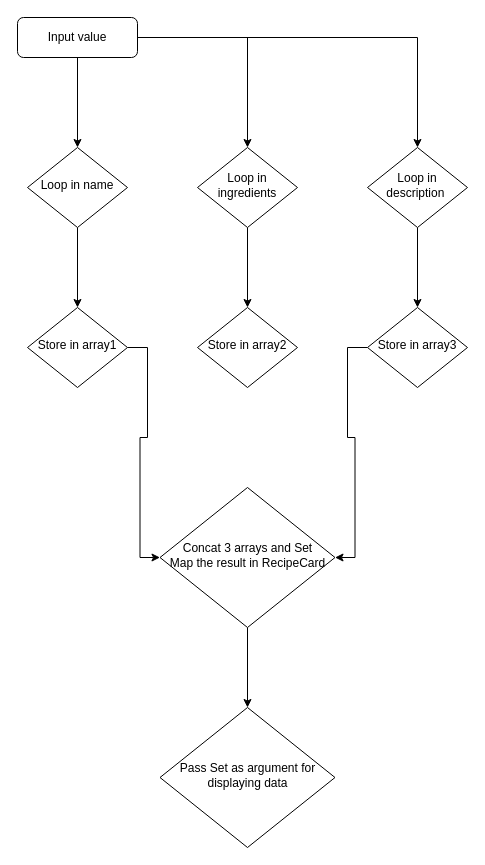
The draw.io diagram assets/Diagramme premier algo.drawio in Mwardentoumz/P7-Les-petits-Plats, before the edit. Source tidied: cells renumbered, new cells numbered last; positions are measured from the earlier drawing's top-left corner, leaving out a move shared by most shapes. Both pictures are drawn from the tidied source at 100%, with x=0, y=0 at pixel (17, 17).
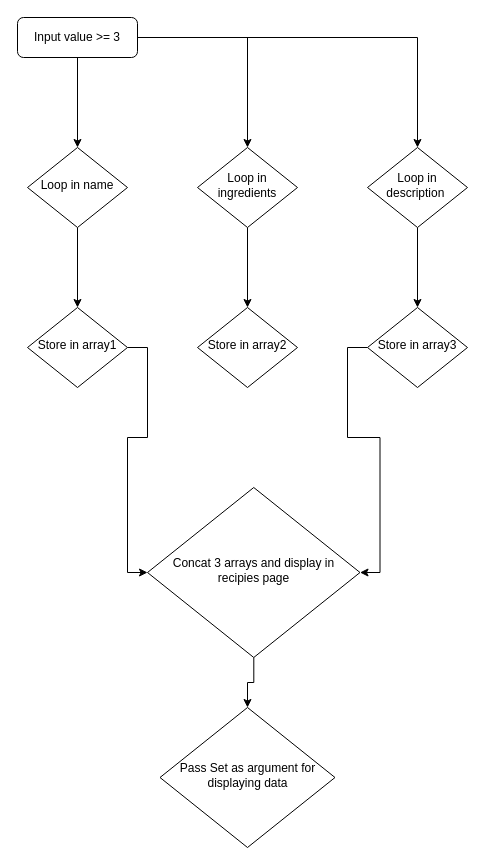
The same page after the edit.

Commit message:
Mettre à jour Diagramme premier algo.drawio

What changed in the source:
```diff
@@
 <mxGraphModel>
   <root>
     <mxCell id="0" />
     <mxCell id="1" parent="0" />
     <mxCell id="2" style="edgeStyle=orthogonalEdgeStyle;rounded=0;jettySize=auto;html=1;entryX=0.5;entryY=0;entryDx=0;entryDy=0;" parent="1" edge="1" source="5" target="9">
       <mxGeometry relative="1" as="geometry" />
     </mxCell>
     <mxCell id="3" style="edgeStyle=orthogonalEdgeStyle;rounded=0;jettySize=auto;html=1;" parent="1" edge="1" source="5" target="11">
       <mxGeometry relative="1" as="geometry" />
     </mxCell>
     <mxCell id="4" style="edgeStyle=orthogonalEdgeStyle;rounded=0;jettySize=auto;html=1;" parent="1" edge="1" source="5" target="7">
       <mxGeometry relative="1" as="geometry" />
     </mxCell>
-    <mxCell id="5" value="Input value" style="rounded=1;whiteSpace=wrap;html=1;fontSize=12;glass=0;strokeWidth=1;shadow=0;" parent="1" vertex="1">
+    <mxCell id="5" value="Input value &amp;gt;= 3" style="rounded=1;whiteSpace=wrap;html=1;fontSize=12;glass=0;strokeWidth=1;shadow=0;" parent="1" vertex="1">
       <mxGeometry width="120" height="40" as="geometry" />
     </mxCell>
     <mxCell id="6" style="edgeStyle=orthogonalEdgeStyle;rounded=0;jettySize=auto;html=1;" parent="1" edge="1" source="7" target="13">
       <mxGeometry relative="1" as="geometry" />
     </mxCell>
     <mxCell id="7" value="Loop in name" style="rhombus;whiteSpace=wrap;html=1;shadow=0;fontFamily=Helvetica;fontSize=12;align=center;strokeWidth=1;spacing=6;spacingTop=-4;" parent="1" vertex="1">
       <mxGeometry x="10" y="130" width="100" height="80" as="geometry" />
     </mxCell>
     <mxCell id="8" style="edgeStyle=orthogonalEdgeStyle;rounded=0;jettySize=auto;html=1;" parent="1" edge="1" source="9" target="14">
       <mxGeometry relative="1" as="geometry" />
     </mxCell>
     <mxCell id="9" value="Loop in ingredients" style="rhombus;whiteSpace=wrap;html=1;shadow=0;fontFamily=Helvetica;fontSize=12;align=center;strokeWidth=1;spacing=6;spacingTop=-4;" parent="1" vertex="1">
       <mxGeometry x="180" y="130" width="100" height="80" as="geometry" />
     </mxCell>
     <mxCell id="10" style="edgeStyle=orthogonalEdgeStyle;rounded=0;jettySize=auto;html=1;" parent="1" edge="1" source="11" target="16">
       <mxGeometry relative="1" as="geometry" />
     </mxCell>
     <mxCell id="11" value="Loop in description&amp;nbsp;" style="rhombus;whiteSpace=wrap;html=1;shadow=0;fontFamily=Helvetica;fontSize=12;align=center;strokeWidth=1;spacing=6;spacingTop=-4;" parent="1" vertex="1">
       <mxGeometry x="350" y="130" width="100" height="80" as="geometry" />
     </mxCell>
     <mxCell id="12" style="edgeStyle=orthogonalEdgeStyle;rounded=0;jettySize=auto;html=1;entryX=0;entryY=0.5;entryDx=0;entryDy=0;" parent="1" edge="1" source="13" target="18">
       <mxGeometry relative="1" as="geometry" />
     </mxCell>
     <mxCell id="13" value="Store in array1" style="rhombus;whiteSpace=wrap;html=1;shadow=0;fontFamily=Helvetica;fontSize=12;align=center;strokeWidth=1;spacing=6;spacingTop=-4;" parent="1" vertex="1">
       <mxGeometry x="10" y="290" width="100" height="80" as="geometry" />
     </mxCell>
     <mxCell id="14" value="Store in array2" style="rhombus;whiteSpace=wrap;html=1;shadow=0;fontFamily=Helvetica;fontSize=12;align=center;strokeWidth=1;spacing=6;spacingTop=-4;" parent="1" vertex="1">
       <mxGeometry x="180" y="290" width="100" height="80" as="geometry" />
     </mxCell>
     <mxCell id="15" style="edgeStyle=orthogonalEdgeStyle;rounded=0;jettySize=auto;html=1;entryX=1;entryY=0.5;entryDx=0;entryDy=0;" parent="1" edge="1" source="16" target="18">
       <mxGeometry relative="1" as="geometry" />
     </mxCell>
     <mxCell id="16" value="Store in array3" style="rhombus;whiteSpace=wrap;html=1;shadow=0;fontFamily=Helvetica;fontSize=12;align=center;strokeWidth=1;spacing=6;spacingTop=-4;" parent="1" vertex="1">
       <mxGeometry x="350" y="290" width="100" height="80" as="geometry" />
     </mxCell>
     <mxCell id="17" style="edgeStyle=orthogonalEdgeStyle;rounded=0;jettySize=auto;html=1;" parent="1" edge="1" source="18" target="19">
       <mxGeometry relative="1" as="geometry" />
     </mxCell>
-    <mxCell id="18" value="Concat 3 arrays and Set&lt;br&gt;Map the result in RecipeCard" style="rhombus;whiteSpace=wrap;html=1;shadow=0;fontFamily=Helvetica;fontSize=12;align=center;strokeWidth=1;spacing=6;spacingTop=-4;" parent="1" vertex="1">
-      <mxGeometry x="142.5" y="470" width="175" height="140" as="geometry" />
+    <mxCell id="18" value="Concat 3 arrays and display in recipies page" style="rhombus;whiteSpace=wrap;html=1;shadow=0;fontFamily=Helvetica;fontSize=12;align=center;strokeWidth=1;spacing=6;spacingTop=-4;" parent="1" vertex="1">
+      <mxGeometry x="130" y="470" width="212.5" height="170" as="geometry" />
     </mxCell>
     <mxCell id="19" value="Pass Set as argument for displaying data" style="rhombus;whiteSpace=wrap;html=1;shadow=0;fontFamily=Helvetica;fontSize=12;align=center;strokeWidth=1;spacing=6;spacingTop=-4;" parent="1" vertex="1">
       <mxGeometry x="142.5" y="690" width="175" height="140" as="geometry" />
     </mxCell>
   </root>
 </mxGraphModel>
```
